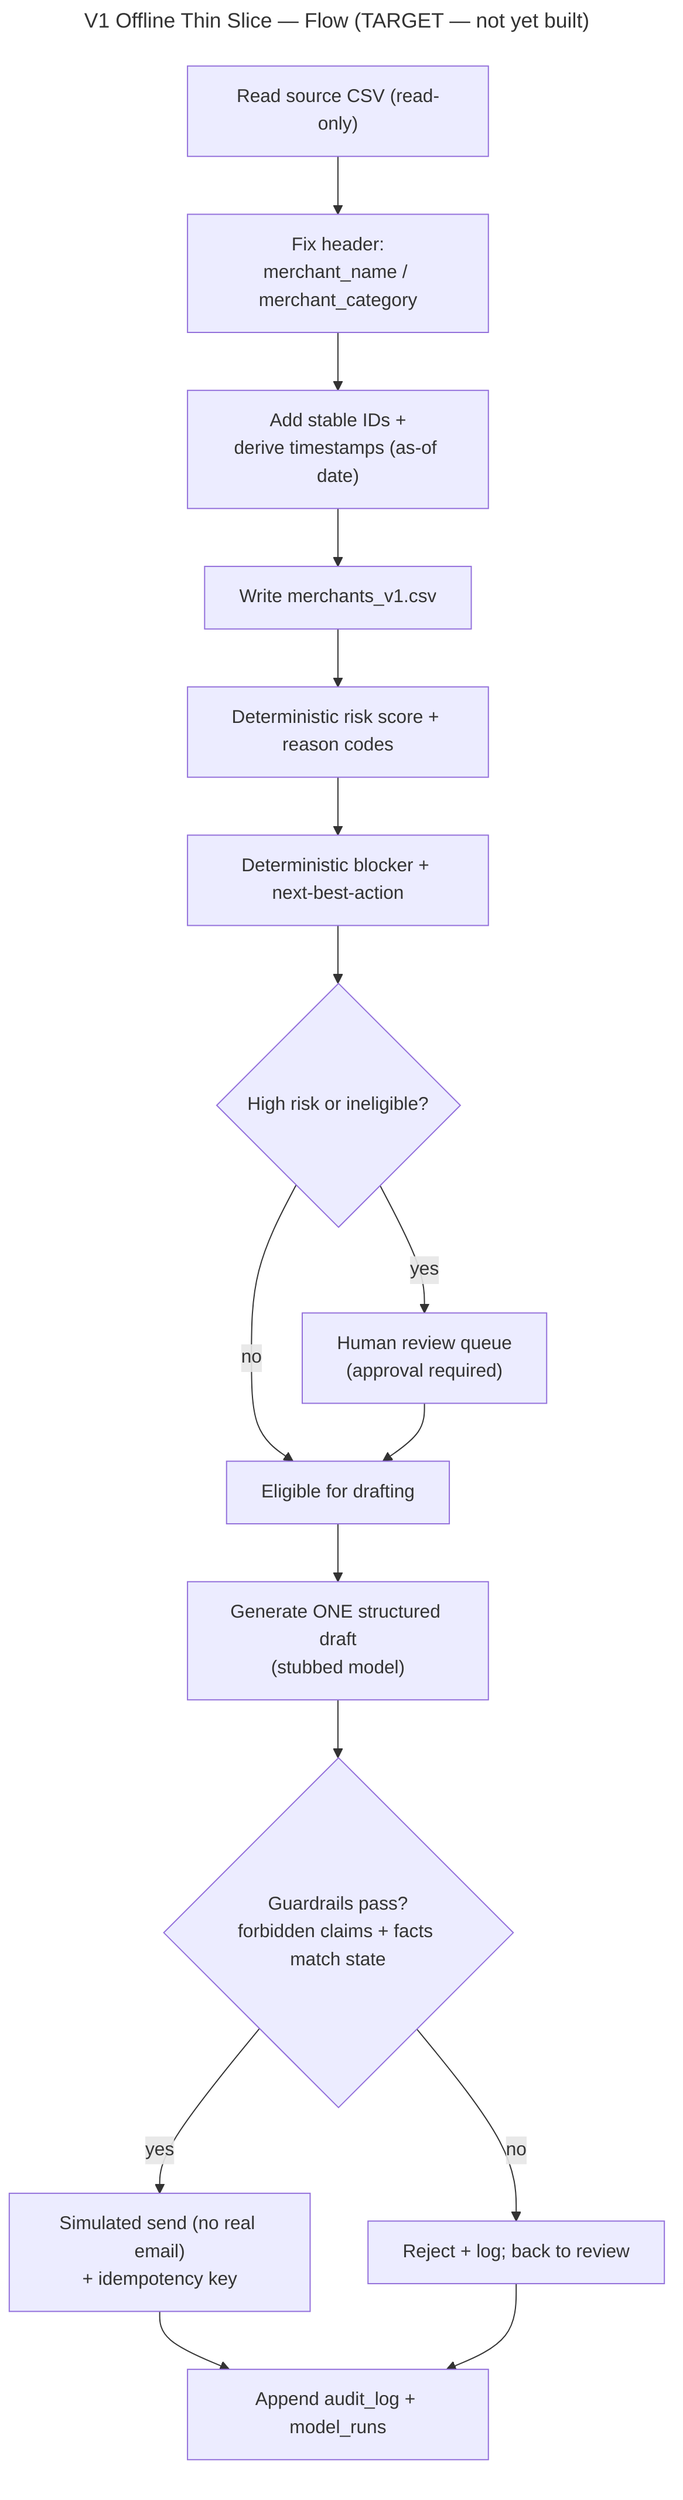
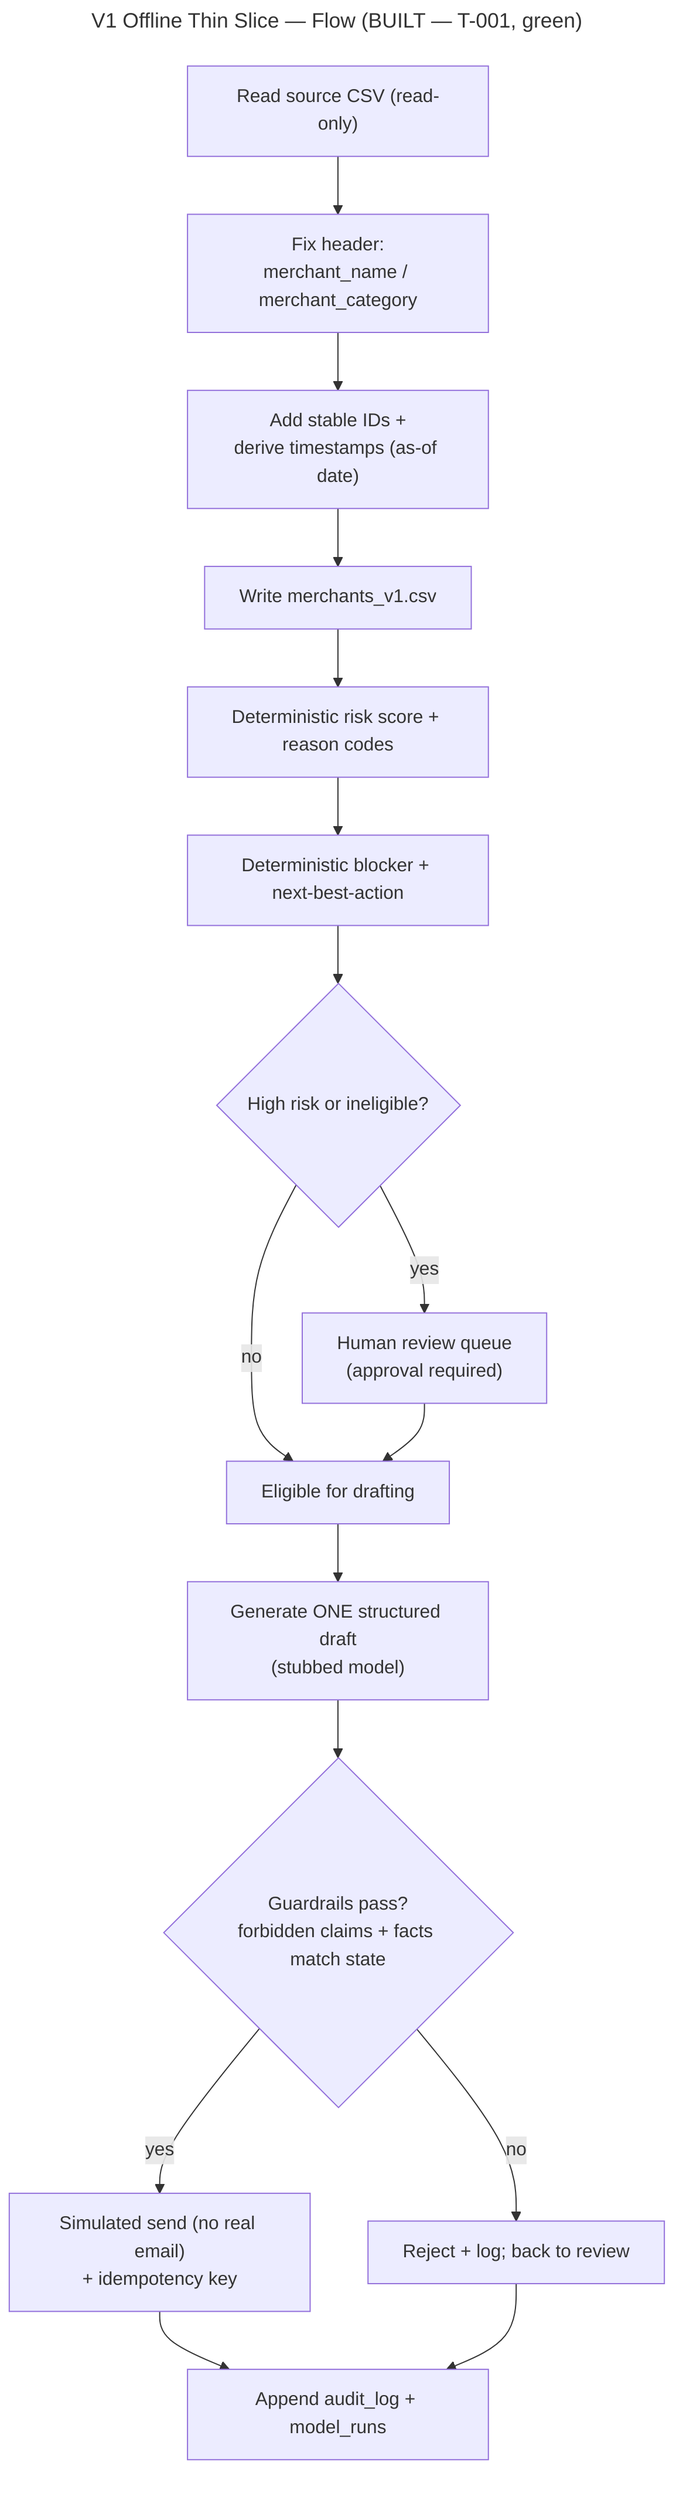
---
- title: "V1 Offline Thin Slice — Flow (TARGET — not yet built)"
+ title: "V1 Offline Thin Slice — Flow (BUILT — T-001, green)"
---
- %% STATUS: target for tasks T-001..T-004. Nothing here is built as of 2026-06-01.
+ %% STATUS as of 2026-06-09: BUILT and green (35/35 tests + eval PASS).
%% Fully offline: no external services, no credentials, model call is stubbed.
flowchart TB
  A["Read source CSV (read-only)"] --> B["Fix header:<br/>merchant_name / merchant_category"]
  B --> C["Add stable IDs +<br/>derive timestamps (as-of date)"]
  C --> D["Write merchants_v1.csv"]
  D --> E["Deterministic risk score + reason codes"]
  E --> F["Deterministic blocker + next-best-action"]
  F --> G{"High risk or ineligible?"}
  G -- yes --> H["Human review queue<br/>(approval required)"]
  G -- no --> I["Eligible for drafting"]
  H --> I
  I --> J["Generate ONE structured draft<br/>(stubbed model)"]
  J --> K{"Guardrails pass?<br/>forbidden claims + facts match state"}
  K -- no --> L["Reject + log; back to review"]
  K -- yes --> M["Simulated send (no real email)<br/>+ idempotency key"]
  M --> N["Append audit_log + model_runs"]
  L --> N
